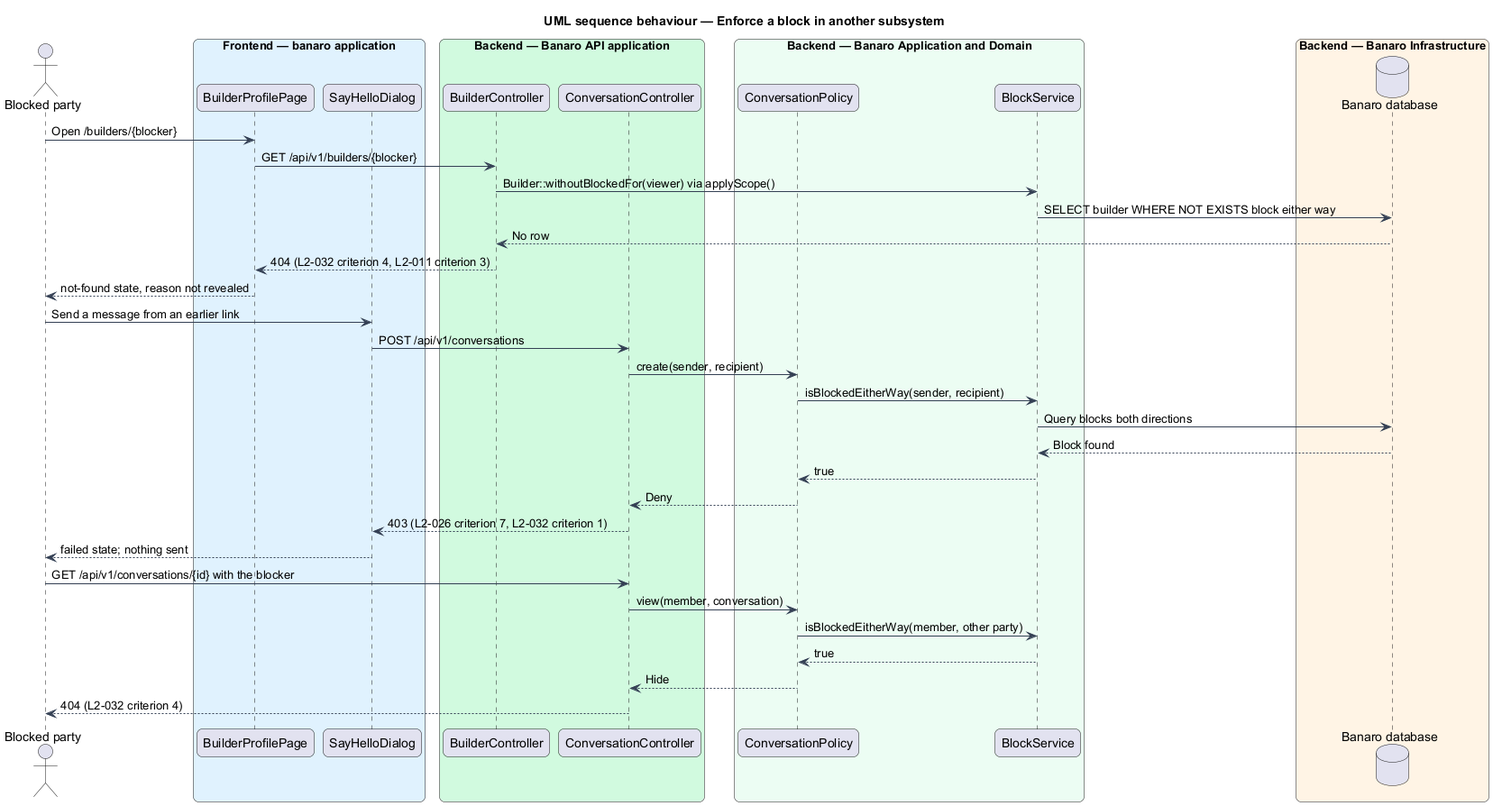
Above: docs/detailed-designs/trust-and-safety/block-builder/diagrams/sequence-enforce-block.png in QuinntyneBrown/banaro (PlantUML), before the change.
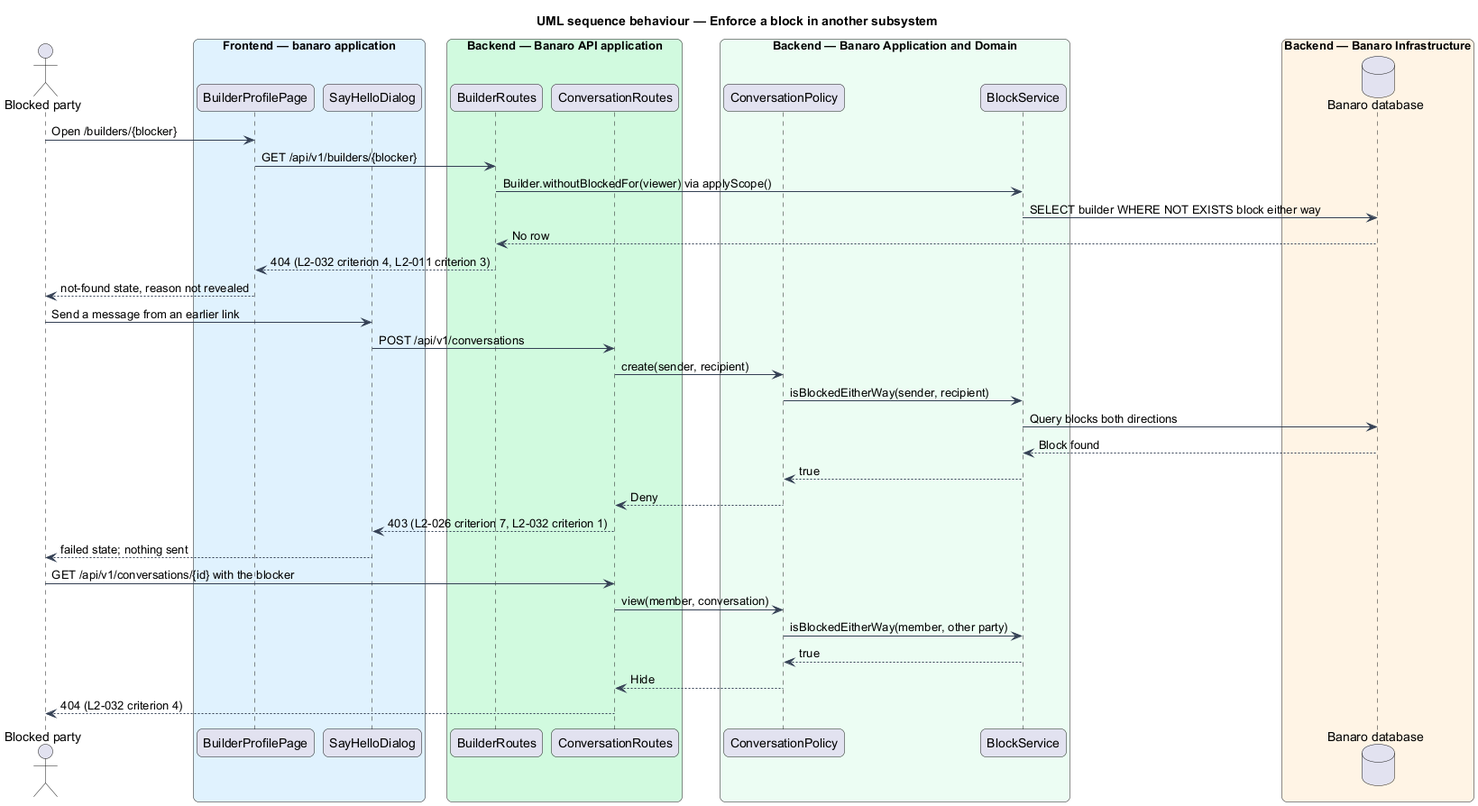
The same file after the commit.

What changed in the source:
```diff
@@ -20,8 +20,8 @@
   participant "SayHelloDialog" as dialog
 end box
 box "Backend — Banaro API application" #D1FADF
-  participant "BuilderController" as profiles
-  participant "ConversationController" as conversations
+  participant "BuilderRoutes" as profiles
+  participant "ConversationRoutes" as conversations
 end box
 box "Backend — Banaro Application and Domain" #ECFDF3
   participant "ConversationPolicy" as policy
@@ -33,7 +33,7 @@
 
 actor -> page : Open /builders/{blocker}
 page -> profiles : GET /api/v1/builders/{blocker}
-profiles -> service : Builder::withoutBlockedFor(viewer) via applyScope()
+profiles -> service : Builder.withoutBlockedFor(viewer) via applyScope()
 service -> db : SELECT builder WHERE NOT EXISTS block either way
 db --> profiles : No row
 profiles --> page : 404 (L2-032 criterion 4, L2-011 criterion 3)
```
